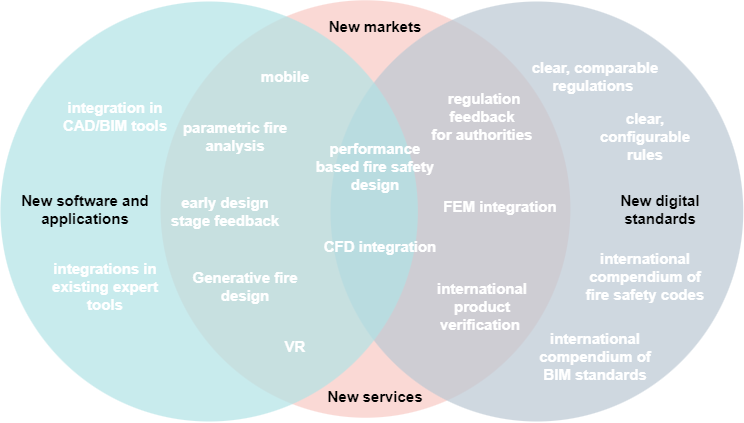
Earlier version of the draw.io export diagram/Potentials Venn Diagram.drawio.png (Kristoffernegendahl/fireBIM). Source tidied: cells renumbered, new cells last; positions are measured from the earlier drawing's top-left corner, leaving out a move shared by most shapes.
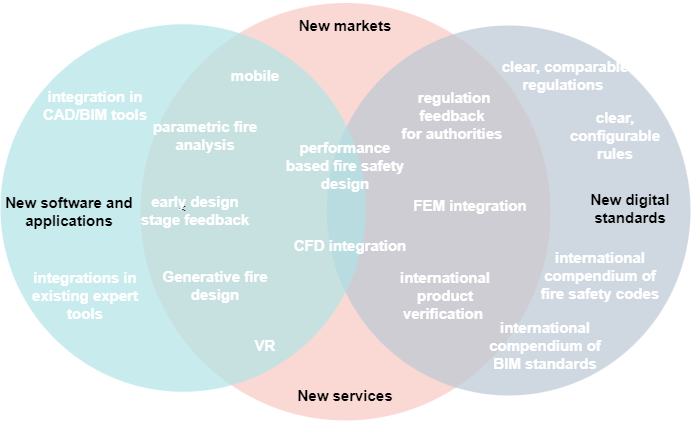
The same file after the commit.

Diff of the diagram source:
```diff
@@ -3,13 +3,13 @@
     <mxCell id="0" />
     <mxCell id="1" parent="0" />
     <mxCell id="2" style="ellipse;whiteSpace=wrap;html=1;fillColor=#fad9d5;strokeColor=none;" parent="1" vertex="1">
-      <mxGeometry x="160" y="-0.2" width="409.9" height="417.5" as="geometry" />
+      <mxGeometry x="170" y="3.5" width="409.9" height="417.5" as="geometry" />
     </mxCell>
     <mxCell id="3" style="ellipse;whiteSpace=wrap;html=1;fillColor=#bac8d3;strokeColor=none;opacity=70;" parent="1" vertex="1">
-      <mxGeometry x="330" y="1" width="412.8" height="420" as="geometry" />
+      <mxGeometry x="356.4" y="26" width="363.6" height="370" as="geometry" />
     </mxCell>
-    <mxCell id="4" style="ellipse;whiteSpace=wrap;html=1;fillColor=#b0e3e6;strokeColor=none;opacity=70;" parent="1" vertex="1">
-      <mxGeometry x="-0.1" y="1" width="417.4" height="420" as="geometry" />
+    <mxCell id="4" value="&amp;lt;" style="ellipse;whiteSpace=wrap;html=1;fillColor=#b0e3e6;strokeColor=none;opacity=70;" parent="1" vertex="1">
+      <mxGeometry x="30" y="24.8" width="365.3" height="367.5" as="geometry" />
     </mxCell>
     <mxCell id="5" value="New digital standards" style="rounded=1;whiteSpace=wrap;html=1;arcSize=50;fillColor=none;strokeColor=none;fontStyle=1;fontSize=15;" parent="1" vertex="1">
       <mxGeometry x="600" y="183.5" width="120" height="50" as="geometry" />
@@ -18,19 +18,19 @@
       <mxGeometry x="315" y="1" width="120" height="50" as="geometry" />
     </mxCell>
     <mxCell id="7" value="New software and applications" style="rounded=1;whiteSpace=wrap;html=1;arcSize=50;fillColor=none;strokeColor=none;fontStyle=1;fontSize=15;" parent="1" vertex="1">
-      <mxGeometry x="20" y="183.5" width="129.7" height="50" as="geometry" />
+      <mxGeometry x="34.3" y="187.2" width="129.7" height="50" as="geometry" />
     </mxCell>
     <mxCell id="8" value="New services" style="rounded=1;whiteSpace=wrap;html=1;arcSize=50;fillColor=none;strokeColor=none;fontStyle=1;fontSize=15;" parent="1" vertex="1">
       <mxGeometry x="315" y="371" width="120" height="50" as="geometry" />
     </mxCell>
     <mxCell id="9" value="&lt;font color=&quot;#ffffff&quot;&gt;integrations in existing expert tools&lt;/font&gt;" style="rounded=1;whiteSpace=wrap;html=1;arcSize=50;fillColor=none;strokeColor=none;fontStyle=1;fontSize=15;" parent="1" vertex="1">
-      <mxGeometry x="40" y="261" width="129.7" height="50" as="geometry" />
+      <mxGeometry x="50" y="271" width="129.7" height="50" as="geometry" />
     </mxCell>
     <mxCell id="10" value="&lt;font color=&quot;#ffffff&quot;&gt;VR&lt;/font&gt;" style="rounded=1;whiteSpace=wrap;html=1;arcSize=50;fillColor=none;strokeColor=none;fontStyle=1;fontSize=15;" parent="1" vertex="1">
       <mxGeometry x="230" y="321" width="129.7" height="50" as="geometry" />
     </mxCell>
     <mxCell id="11" value="&lt;font color=&quot;#ffffff&quot;&gt;integration in CAD/BIM tools&lt;/font&gt;" style="rounded=1;whiteSpace=wrap;html=1;arcSize=50;fillColor=none;strokeColor=none;fontStyle=1;fontSize=15;" parent="1" vertex="1">
-      <mxGeometry x="50" y="91" width="129.7" height="50" as="geometry" />
+      <mxGeometry x="60" y="81" width="129.7" height="50" as="geometry" />
     </mxCell>
     <mxCell id="12" value="&lt;font color=&quot;#ffffff&quot;&gt;mobile&lt;/font&gt;" style="rounded=1;whiteSpace=wrap;html=1;arcSize=50;fillColor=none;strokeColor=none;fontStyle=1;fontSize=15;" parent="1" vertex="1">
       <mxGeometry x="220" y="51" width="129.7" height="50" as="geometry" />
@@ -42,7 +42,7 @@
       <mxGeometry x="417.4" y="91" width="129.7" height="50" as="geometry" />
     </mxCell>
     <mxCell id="15" value="&lt;font color=&quot;#ffffff&quot;&gt;international product verification&amp;nbsp;&lt;/font&gt;" style="rounded=1;whiteSpace=wrap;html=1;arcSize=50;fillColor=none;strokeColor=none;fontStyle=1;fontSize=15;" parent="1" vertex="1">
-      <mxGeometry x="417.4" y="281" width="129.7" height="50" as="geometry" />
+      <mxGeometry x="410" y="271" width="129.7" height="50" as="geometry" />
     </mxCell>
     <mxCell id="16" value="&lt;font color=&quot;#ffffff&quot;&gt;performance based fire safety design&lt;/font&gt;" style="rounded=1;whiteSpace=wrap;html=1;arcSize=50;fillColor=none;strokeColor=none;fontStyle=1;fontSize=15;" parent="1" vertex="1">
       <mxGeometry x="310.1" y="141" width="129.7" height="50" as="geometry" />
@@ -63,10 +63,10 @@
       <mxGeometry x="530" y="51" width="129.7" height="50" as="geometry" />
     </mxCell>
     <mxCell id="22" value="&lt;font color=&quot;#ffffff&quot;&gt;international compendium of fire safety codes&lt;/font&gt;" style="rounded=1;whiteSpace=wrap;html=1;arcSize=50;fillColor=none;strokeColor=none;fontStyle=1;fontSize=15;" parent="1" vertex="1">
-      <mxGeometry x="580" y="251" width="129.7" height="50" as="geometry" />
+      <mxGeometry x="564.7" y="251" width="129.7" height="50" as="geometry" />
     </mxCell>
     <mxCell id="23" value="&lt;font color=&quot;#ffffff&quot;&gt;international compendium of BIM standards&lt;/font&gt;" style="rounded=1;whiteSpace=wrap;html=1;arcSize=50;fillColor=none;strokeColor=none;fontStyle=1;fontSize=15;" parent="1" vertex="1">
-      <mxGeometry x="530" y="331" width="129.7" height="50" as="geometry" />
+      <mxGeometry x="510" y="321" width="129.7" height="50" as="geometry" />
     </mxCell>
     <mxCell id="24" value="&lt;font color=&quot;#ffffff&quot;&gt;clear, configurable rules&lt;/font&gt;" style="rounded=1;whiteSpace=wrap;html=1;arcSize=50;fillColor=none;strokeColor=none;fontStyle=1;fontSize=15;" parent="1" vertex="1">
       <mxGeometry x="580" y="111" width="129.7" height="50" as="geometry" />
```
